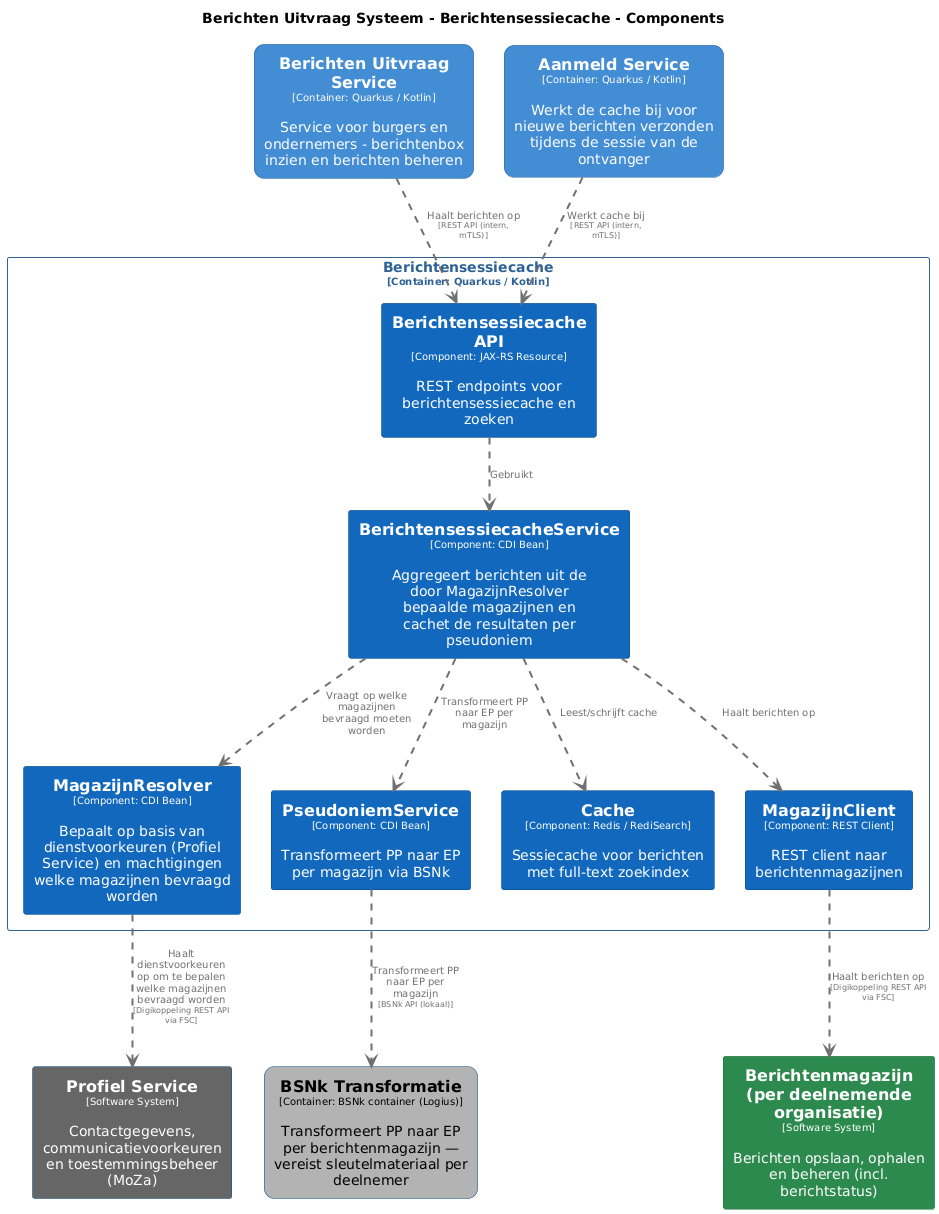
Above: pr-preview/pr-22/master/png/BerichtensessiecacheComponenten.png in MinBZK/moza-poc-fbs-berichtenbox (PlantUML), before the change. Source of this version:
```plantuml
@startuml
set separator none
title Berichten Uitvraag Systeem - Berichtensessiecache - Components

top to bottom direction
skinparam ranksep 60
skinparam nodesep 30

skinparam {
  arrowFontSize 10
  defaultTextAlignment center
  wrapWidth 200
  maxMessageSize 100
}

hide stereotype

skinparam rectangle<<BerichtenUitvraagSysteem.AanmeldService>> {
  BackgroundColor #438dd5
  FontColor #ffffff
  BorderColor #2e6295
  roundCorner 20
  shadowing false
}
skinparam rectangle<<BerichtenUitvraagSysteem.BSNkTransformatie>> {
  BackgroundColor #b3b3b3
  FontColor #000000
  BorderColor #0b4884
  roundCorner 20
  shadowing false
}
skinparam rectangle<<BerichtenUitvraagSysteem.BerichtenUitvraagService>> {
  BackgroundColor #438dd5
  FontColor #ffffff
  BorderColor #2e6295
  roundCorner 20
  shadowing false
}
skinparam rectangle<<Berichtenmagazijnperdeelnemendeorganisatie>> {
  BackgroundColor #2d8a4e
  FontColor #ffffff
  BorderColor #1e6b38
  shadowing false
}
skinparam rectangle<<BerichtenUitvraagSysteem.Berichtensessiecache.BerichtensessiecacheAPI>> {
  BackgroundColor #1168bd
  FontColor #ffffff
  BorderColor #0b4884
  shadowing false
}
skinparam rectangle<<BerichtenUitvraagSysteem.Berichtensessiecache.BerichtensessiecacheService>> {
  BackgroundColor #1168bd
  FontColor #ffffff
  BorderColor #0b4884
  shadowing false
}
skinparam rectangle<<BerichtenUitvraagSysteem.Berichtensessiecache.Cache>> {
  BackgroundColor #1168bd
  FontColor #ffffff
  BorderColor #0b4884
  shadowing false
}
skinparam rectangle<<BerichtenUitvraagSysteem.Berichtensessiecache.MagazijnClient>> {
  BackgroundColor #1168bd
  FontColor #ffffff
  BorderColor #0b4884
  shadowing false
}
skinparam rectangle<<BerichtenUitvraagSysteem.Berichtensessiecache.MagazijnResolver>> {
  BackgroundColor #1168bd
  FontColor #ffffff
  BorderColor #0b4884
  shadowing false
}
skinparam rectangle<<ProfielService>> {
  BackgroundColor #666666
  FontColor #ffffff
  BorderColor #0b4884
  shadowing false
}
skinparam rectangle<<BerichtenUitvraagSysteem.Berichtensessiecache.PseudoniemService>> {
  BackgroundColor #1168bd
  FontColor #ffffff
  BorderColor #0b4884
  shadowing false
}
skinparam rectangle<<BerichtenUitvraagSysteem.Berichtensessiecache>> {
  BorderColor #2e6295
  FontColor #2e6295
  shadowing false
}

rectangle "==Profiel Service\n<size:10>[Software System]</size>\n\nContactgegevens, communicatievoorkeuren en toestemmingsbeheer (MoZa)" <<ProfielService>> as ProfielService
rectangle "==Berichtenmagazijn (per deelnemende organisatie)\n<size:10>[Software System]</size>\n\nBerichten opslaan, ophalen en beheren (incl. berichtstatus)" <<Berichtenmagazijnperdeelnemendeorganisatie>> as Berichtenmagazijnperdeelnemendeorganisatie
rectangle "==Berichten Uitvraag Service\n<size:10>[Container: Quarkus / Kotlin]</size>\n\nService voor burgers en ondernemers - berichtenbox inzien en berichten beheren" <<BerichtenUitvraagSysteem.BerichtenUitvraagService>> as BerichtenUitvraagSysteem.BerichtenUitvraagService
rectangle "==BSNk Transformatie\n<size:10>[Container: BSNk container (Logius)]</size>\n\nTransformeert PP naar EP per berichtenmagazijn — vereist sleutelmateriaal per deelnemer" <<BerichtenUitvraagSysteem.BSNkTransformatie>> as BerichtenUitvraagSysteem.BSNkTransformatie
rectangle "==Aanmeld Service\n<size:10>[Container: Quarkus / Kotlin]</size>\n\nWerkt de cache bij voor nieuwe berichten verzonden tijdens de sessie van de ontvanger" <<BerichtenUitvraagSysteem.AanmeldService>> as BerichtenUitvraagSysteem.AanmeldService

rectangle "Berichtensessiecache\n<size:10>[Container: Quarkus / Kotlin]</size>" <<BerichtenUitvraagSysteem.Berichtensessiecache>> {
  rectangle "==Berichtensessiecache API\n<size:10>[Component: JAX-RS Resource]</size>\n\nREST endpoints voor berichtensessiecache en zoeken" <<BerichtenUitvraagSysteem.Berichtensessiecache.BerichtensessiecacheAPI>> as BerichtenUitvraagSysteem.Berichtensessiecache.BerichtensessiecacheAPI
  rectangle "==MagazijnResolver\n<size:10>[Component: CDI Bean]</size>\n\nBepaalt op basis van dienstvoorkeuren (Profiel Service) en machtigingen welke magazijnen bevraagd worden" <<BerichtenUitvraagSysteem.Berichtensessiecache.MagazijnResolver>> as BerichtenUitvraagSysteem.Berichtensessiecache.MagazijnResolver
  rectangle "==PseudoniemService\n<size:10>[Component: CDI Bean]</size>\n\nTransformeert PP naar EP per magazijn via BSNk" <<BerichtenUitvraagSysteem.Berichtensessiecache.PseudoniemService>> as BerichtenUitvraagSysteem.Berichtensessiecache.PseudoniemService
  rectangle "==BerichtensessiecacheService\n<size:10>[Component: CDI Bean]</size>\n\nAggregeert berichten uit de door MagazijnResolver bepaalde magazijnen en cachet de resultaten per pseudoniem" <<BerichtenUitvraagSysteem.Berichtensessiecache.BerichtensessiecacheService>> as BerichtenUitvraagSysteem.Berichtensessiecache.BerichtensessiecacheService
  rectangle "==Cache\n<size:10>[Component: Redis / RediSearch]</size>\n\nSessiecache voor berichten met full-text zoekindex" <<BerichtenUitvraagSysteem.Berichtensessiecache.Cache>> as BerichtenUitvraagSysteem.Berichtensessiecache.Cache
  rectangle "==MagazijnClient\n<size:10>[Component: REST Client]</size>\n\nREST client naar berichtenmagazijnen" <<BerichtenUitvraagSysteem.Berichtensessiecache.MagazijnClient>> as BerichtenUitvraagSysteem.Berichtensessiecache.MagazijnClient
}

BerichtenUitvraagSysteem.Berichtensessiecache.MagazijnResolver .[#707070,thickness=2].> ProfielService : "<color:#707070>Haalt dienstvoorkeuren op om te bepalen welke magazijnen bevraagd worden\n<color:#707070><size:8>[Digikoppeling REST API via FSC]</size>"
BerichtenUitvraagSysteem.Berichtensessiecache.MagazijnClient .[#707070,thickness=2].> Berichtenmagazijnperdeelnemendeorganisatie : "<color:#707070>Haalt berichten op\n<color:#707070><size:8>[Digikoppeling REST API via FSC]</size>"
BerichtenUitvraagSysteem.Berichtensessiecache.BerichtensessiecacheAPI .[#707070,thickness=2].> BerichtenUitvraagSysteem.Berichtensessiecache.BerichtensessiecacheService : "<color:#707070>Gebruikt"
BerichtenUitvraagSysteem.Berichtensessiecache.BerichtensessiecacheService .[#707070,thickness=2].> BerichtenUitvraagSysteem.Berichtensessiecache.MagazijnResolver : "<color:#707070>Vraagt op welke magazijnen bevraagd moeten worden"
BerichtenUitvraagSysteem.Berichtensessiecache.BerichtensessiecacheService .[#707070,thickness=2].> BerichtenUitvraagSysteem.Berichtensessiecache.PseudoniemService : "<color:#707070>Transformeert PP naar EP per magazijn"
BerichtenUitvraagSysteem.Berichtensessiecache.BerichtensessiecacheService .[#707070,thickness=2].> BerichtenUitvraagSysteem.Berichtensessiecache.Cache : "<color:#707070>Leest/schrijft cache"
BerichtenUitvraagSysteem.Berichtensessiecache.BerichtensessiecacheService .[#707070,thickness=2].> BerichtenUitvraagSysteem.Berichtensessiecache.MagazijnClient : "<color:#707070>Haalt berichten op"
BerichtenUitvraagSysteem.Berichtensessiecache.PseudoniemService .[#707070,thickness=2].> BerichtenUitvraagSysteem.BSNkTransformatie : "<color:#707070>Transformeert PP naar EP per magazijn\n<color:#707070><size:8>[BSNk API (lokaal)]</size>"
BerichtenUitvraagSysteem.AanmeldService .[#707070,thickness=2].> BerichtenUitvraagSysteem.Berichtensessiecache.BerichtensessiecacheAPI : "<color:#707070>Werkt cache bij\n<color:#707070><size:8>[REST API (intern, mTLS)]</size>"
BerichtenUitvraagSysteem.BerichtenUitvraagService .[#707070,thickness=2].> BerichtenUitvraagSysteem.Berichtensessiecache.BerichtensessiecacheAPI : "<color:#707070>Haalt berichten op\n<color:#707070><size:8>[REST API (intern, mTLS)]</size>"
@enduml
```
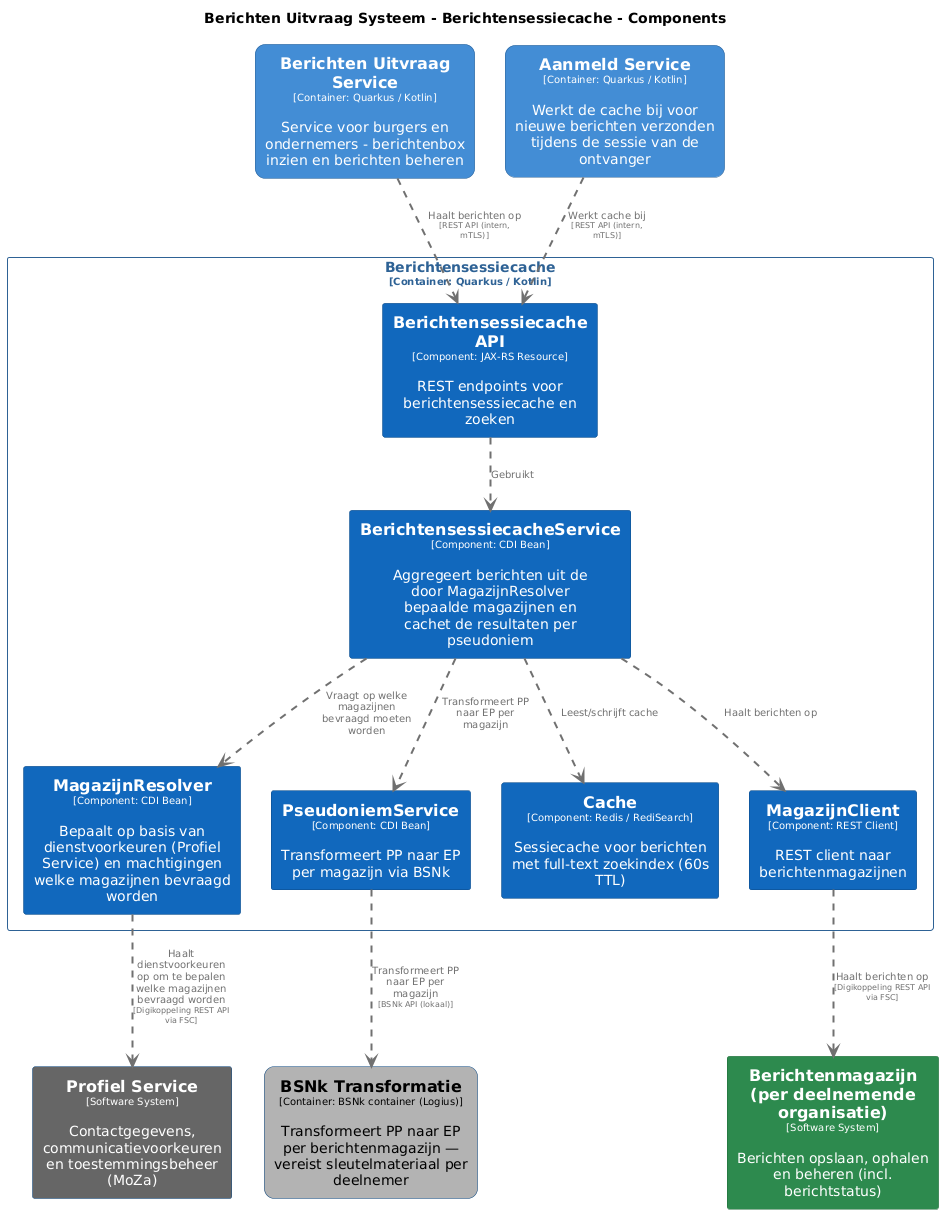
Later version of the same file.

The edit, as a diff of the source:
```diff
@@ -101,7 +101,7 @@
   rectangle "==MagazijnResolver\n<size:10>[Component: CDI Bean]</size>\n\nBepaalt op basis van dienstvoorkeuren (Profiel Service) en machtigingen welke magazijnen bevraagd worden" <<BerichtenUitvraagSysteem.Berichtensessiecache.MagazijnResolver>> as BerichtenUitvraagSysteem.Berichtensessiecache.MagazijnResolver
   rectangle "==PseudoniemService\n<size:10>[Component: CDI Bean]</size>\n\nTransformeert PP naar EP per magazijn via BSNk" <<BerichtenUitvraagSysteem.Berichtensessiecache.PseudoniemService>> as BerichtenUitvraagSysteem.Berichtensessiecache.PseudoniemService
   rectangle "==BerichtensessiecacheService\n<size:10>[Component: CDI Bean]</size>\n\nAggregeert berichten uit de door MagazijnResolver bepaalde magazijnen en cachet de resultaten per pseudoniem" <<BerichtenUitvraagSysteem.Berichtensessiecache.BerichtensessiecacheService>> as BerichtenUitvraagSysteem.Berichtensessiecache.BerichtensessiecacheService
-  rectangle "==Cache\n<size:10>[Component: Redis / RediSearch]</size>\n\nSessiecache voor berichten met full-text zoekindex" <<BerichtenUitvraagSysteem.Berichtensessiecache.Cache>> as BerichtenUitvraagSysteem.Berichtensessiecache.Cache
+  rectangle "==Cache\n<size:10>[Component: Redis / RediSearch]</size>\n\nSessiecache voor berichten met full-text zoekindex (60s TTL)" <<BerichtenUitvraagSysteem.Berichtensessiecache.Cache>> as BerichtenUitvraagSysteem.Berichtensessiecache.Cache
   rectangle "==MagazijnClient\n<size:10>[Component: REST Client]</size>\n\nREST client naar berichtenmagazijnen" <<BerichtenUitvraagSysteem.Berichtensessiecache.MagazijnClient>> as BerichtenUitvraagSysteem.Berichtensessiecache.MagazijnClient
 }
 
```
